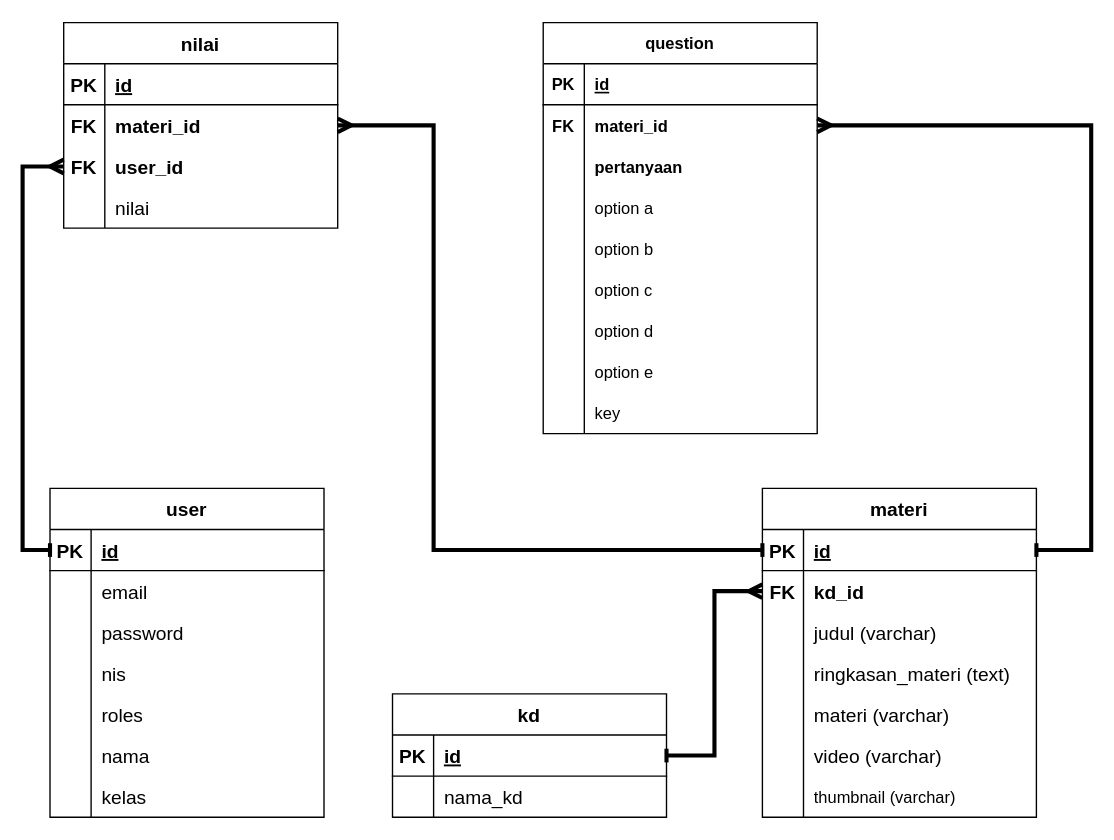
Above: Untitled Diagram.drawio in muhaziz28/Muhaziz28 (draw.io), before the change. Source tidied: cells renumbered, new cells numbered last; positions are measured from the earlier drawing's top-left corner, leaving out a move shared by most shapes. Both pictures are drawn from the tidied source at 137%, with x=0, y=0 at pixel (22, 22).
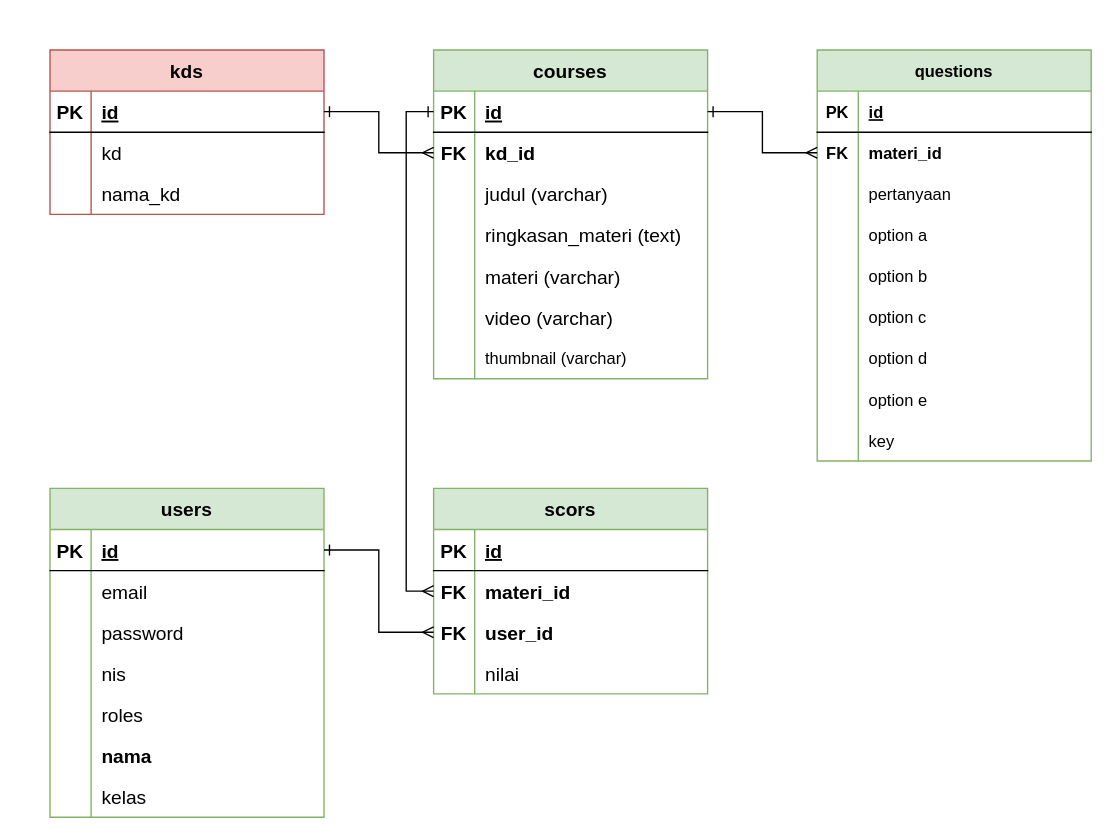
After the change.

The change refers to these unchanged cells:
```xml
<mxCell id="3" style="shape=partialRectangle;fillColor=none;top=0;left=0;bottom=1;right=0;points=[[0,0.5],[1,0.5]];portConstraint=eastwest;fontSize=14;" parent="2" vertex="1">
  <mxGeometry y="30" width="200" height="30" as="geometry" />
</mxCell>
<mxCell id="18" style="shape=partialRectangle;fillColor=none;top=0;left=0;bottom=0;right=0;fontSize=14;" parent="2" vertex="1">
  <mxGeometry y="180" width="200" height="30" as="geometry" />
</mxCell>
<mxCell id="25" style="shape=partialRectangle;fillColor=none;top=0;left=0;bottom=1;right=0;points=[[0,0.5],[1,0.5]];portConstraint=eastwest;fontSize=14;" parent="24" vertex="1">
  <mxGeometry y="30" width="200" height="30" as="geometry" />
</mxCell>
<mxCell id="28" style="shape=partialRectangle;fillColor=none;top=0;left=0;bottom=0;right=0;fontSize=14;" parent="24" vertex="1">
  <mxGeometry y="60" width="200" height="30" as="geometry" />
</mxCell>
<mxCell id="32" style="shape=partialRectangle;fillColor=none;top=0;left=0;bottom=1;right=0;points=[[0,0.5],[1,0.5]];portConstraint=eastwest;fontSize=14;" parent="31" vertex="1">
  <mxGeometry y="30" width="200" height="30" as="geometry" />
</mxCell>
<mxCell id="35" style="shape=partialRectangle;fillColor=none;top=0;left=0;bottom=0;right=0;points=[[0,0.5],[1,0.5]];portConstraint=eastwest;fontSize=14;" parent="31" vertex="1">
  <mxGeometry y="60" width="200" height="30" as="geometry" />
</mxCell>
<mxCell id="57" style="shape=partialRectangle;fillColor=none;top=0;left=0;bottom=0;right=0;points=[[0,0.5],[1,0.5]];portConstraint=eastwest;fontSize=14;" parent="53" vertex="1">
  <mxGeometry y="60" width="200" height="30" as="geometry" />
</mxCell>
<mxCell id="60" style="shape=partialRectangle;fillColor=none;top=0;left=0;bottom=0;right=0;points=[[0,0.5],[1,0.5]];portConstraint=eastwest;fontSize=14;" parent="53" vertex="1">
  <mxGeometry y="90" width="200" height="30" as="geometry" />
</mxCell>
<mxCell id="70" style="shape=tableRow;horizontal=0;startSize=0;swimlaneHead=0;swimlaneBody=0;fillColor=none;points=[[0,0.5],[1,0.5]];portConstraint=eastwest;top=0;left=0;right=0;bottom=0;" parent="66" vertex="1">
  <mxGeometry y="60" width="200" height="30" as="geometry" />
</mxCell>
<mxCell id="73" style="shape=tableRow;horizontal=0;startSize=0;swimlaneHead=0;swimlaneBody=0;fillColor=none;top=0;left=0;right=0;bottom=0;fontStyle=0;" parent="66" vertex="1">
  <mxGeometry y="90" width="200" height="30" as="geometry" />
</mxCell>
```

The edit, as a diff of the source:
```diff
@@
-    <mxCell id="2" value="user" style="shape=table;startSize=30;childLayout=tableLayout;rowLines=0;fontStyle=1;align=center;fontSize=14;" parent="1" vertex="1">
+    <mxCell id="2" value="users" style="shape=table;startSize=30;childLayout=tableLayout;rowLines=0;fontStyle=1;align=center;fontSize=14;fillColor=#d5e8d4;strokeColor=#82b366;" parent="1" vertex="1">
       <mxGeometry x="20" y="340" width="200" height="240" as="geometry" />
     </mxCell>
@@
-    <mxCell id="20" value="nama" style="shape=partialRectangle;fillColor=none;top=0;left=0;bottom=0;right=0;align=left;spacingLeft=6;overflow=hidden;fontSize=14;" parent="18" vertex="1">
+    <mxCell id="20" value="nama" style="shape=partialRectangle;fillColor=none;top=0;left=0;bottom=0;right=0;align=left;spacingLeft=6;overflow=hidden;fontSize=14;fontStyle=1;" parent="18" vertex="1">
       <mxGeometry x="30" width="170" height="30" as="geometry" />
     </mxCell>
@@
-    <mxCell id="24" value="kd" style="shape=table;startSize=30;childLayout=tableLayout;rowLines=0;fontStyle=1;align=center;fontSize=14;" parent="1" vertex="1">
-      <mxGeometry x="270" y="490" width="200" height="90" as="geometry" />
+    <mxCell id="24" value="kds" style="shape=table;startSize=30;childLayout=tableLayout;rowLines=0;fontStyle=1;align=center;fontSize=14;fillColor=#f8cecc;strokeColor=#b85450;" parent="1" vertex="1">
+      <mxGeometry x="20" y="20" width="200" height="120" as="geometry" />
     </mxCell>
@@
-    <mxCell id="30" value="nama_kd" style="shape=partialRectangle;fillColor=none;top=0;left=0;bottom=0;right=0;align=left;spacingLeft=6;overflow=hidden;fontSize=14;" parent="28" vertex="1">
+    <mxCell id="30" value="kd" style="shape=partialRectangle;fillColor=none;top=0;left=0;bottom=0;right=0;align=left;spacingLeft=6;overflow=hidden;fontSize=14;" parent="28" vertex="1">
       <mxGeometry x="30" width="170" height="30" as="geometry" />
     </mxCell>
+    <mxCell id="98" style="shape=partialRectangle;fillColor=none;top=0;left=0;bottom=0;right=0;fontSize=14;" parent="24" vertex="1">
+      <mxGeometry y="90" width="200" height="30" as="geometry" />
+    </mxCell>
+    <mxCell id="99" style="shape=partialRectangle;fillColor=none;top=0;left=0;bottom=0;right=0;overflow=hidden;fontSize=14;" parent="98" vertex="1">
+      <mxGeometry width="30" height="30" as="geometry" />
+    </mxCell>
+    <mxCell id="100" value="nama_kd" style="shape=partialRectangle;fillColor=none;top=0;left=0;bottom=0;right=0;align=left;spacingLeft=6;overflow=hidden;fontSize=14;" parent="98" vertex="1">
+      <mxGeometry x="30" width="170" height="30" as="geometry" />
+    </mxCell>
-    <mxCell id="31" value="materi" style="shape=table;startSize=30;childLayout=tableLayout;rowLines=0;fontStyle=1;align=center;fontSize=14;" parent="1" vertex="1">
-      <mxGeometry x="540" y="340" width="200" height="240" as="geometry" />
+    <mxCell id="31" value="courses" style="shape=table;startSize=30;childLayout=tableLayout;rowLines=0;fontStyle=1;align=center;fontSize=14;fillColor=#d5e8d4;strokeColor=#82b366;" parent="1" vertex="1">
+      <mxGeometry x="300" y="20" width="200" height="240" as="geometry" />
     </mxCell>
@@
-    <mxCell id="53" value="nilai" style="shape=table;startSize=30;childLayout=tableLayout;rowLines=0;fontStyle=1;align=center;fontSize=14;" parent="1" vertex="1">
-      <mxGeometry x="30" width="200" height="150" as="geometry" />
+    <mxCell id="53" value="scors" style="shape=table;startSize=30;childLayout=tableLayout;rowLines=0;fontStyle=1;align=center;fontSize=14;fillColor=#d5e8d4;strokeColor=#82b366;" parent="1" vertex="1">
+      <mxGeometry x="300" y="340" width="200" height="150" as="geometry" />
     </mxCell>
@@
-    <mxCell id="66" value="question" style="shape=table;startSize=30;childLayout=tableLayout;rowLines=0;fontStyle=1;align=center;" parent="1" vertex="1">
-      <mxGeometry x="380" width="200" height="300" as="geometry" />
+    <mxCell id="66" value="questions" style="shape=table;startSize=30;childLayout=tableLayout;rowLines=0;fontStyle=1;align=center;fillColor=#d5e8d4;strokeColor=#82b366;" parent="1" vertex="1">
+      <mxGeometry x="580" y="20" width="200" height="300" as="geometry" />
     </mxCell>
@@
-    <mxCell id="75" value="pertanyaan" style="shape=partialRectangle;fillColor=none;top=0;left=0;bottom=0;right=0;align=left;spacingLeft=6;fontStyle=1;overflow=hidden;" parent="73" vertex="1">
+    <mxCell id="75" value="pertanyaan" style="shape=partialRectangle;fillColor=none;top=0;left=0;bottom=0;right=0;align=left;spacingLeft=6;fontStyle=0;overflow=hidden;" parent="73" vertex="1">
       <mxGeometry x="30" width="170" height="30" as="geometry" />
     </mxCell>
@@
-    <mxCell id="94" style="edgeStyle=orthogonalEdgeStyle;fontSize=12;html=1;endArrow=ERmany;startArrow=baseDash;rounded=0;entryX=0;entryY=0.5;entryDx=0;entryDy=0;strokeWidth=3;endFill=0;startFill=0;exitX=1;exitY=0.5;exitDx=0;exitDy=0;" parent="1" edge="1" source="24" target="35">
-      <mxGeometry relative="1" as="geometry" />
-    </mxCell>
+    <mxCell id="101" style="edgeStyle=orthogonalEdgeStyle;rounded=0;jettySize=auto;html=1;exitX=1;exitY=0.5;exitDx=0;exitDy=0;entryX=0;entryY=0.5;entryDx=0;entryDy=0;endArrow=ERmany;endFill=0;startArrow=ERone;startFill=0;" parent="1" edge="1" source="25" target="35">
+      <mxGeometry relative="1" as="geometry" />
+    </mxCell>
-    <mxCell id="95" style="edgeStyle=orthogonalEdgeStyle;fontSize=12;html=1;endArrow=ERmany;startArrow=baseDash;rounded=0;strokeWidth=3;endFill=0;startFill=0;exitX=1;exitY=0.5;exitDx=0;exitDy=0;entryX=1;entryY=0.5;entryDx=0;entryDy=0;" parent="1" edge="1" source="32" target="70">
-      <mxGeometry relative="1" as="geometry">
-        <Array as="points">
-          <mxPoint x="780" y="385" />
-          <mxPoint x="780" y="75" />
-        </Array>
-      </mxGeometry>
+    <mxCell id="95" style="edgeStyle=orthogonalEdgeStyle;rounded=0;jettySize=auto;html=1;exitX=1;exitY=0.5;exitDx=0;exitDy=0;entryX=0;entryY=0.5;entryDx=0;entryDy=0;startArrow=ERone;startFill=0;endArrow=ERmany;endFill=0;" parent="1" edge="1" source="32" target="70">
+      <mxGeometry relative="1" as="geometry" />
     </mxCell>
-    <mxCell id="96" style="edgeStyle=orthogonalEdgeStyle;fontSize=12;html=1;endArrow=ERmany;startArrow=baseDash;rounded=0;strokeWidth=3;endFill=0;startFill=0;exitX=0;exitY=0.5;exitDx=0;exitDy=0;entryX=0;entryY=0.5;entryDx=0;entryDy=0;" parent="1" edge="1" source="3" target="60">
-      <mxGeometry relative="1" as="geometry">
-        <Array as="points">
-          <mxPoint y="385" />
-          <mxPoint y="105" />
-        </Array>
-      </mxGeometry>
+    <mxCell id="96" style="edgeStyle=orthogonalEdgeStyle;rounded=0;jettySize=auto;html=1;exitX=1;exitY=0.5;exitDx=0;exitDy=0;entryX=0;entryY=0.5;entryDx=0;entryDy=0;startArrow=ERone;startFill=0;endArrow=ERmany;endFill=0;" parent="1" edge="1" source="3" target="60">
+      <mxGeometry relative="1" as="geometry" />
     </mxCell>
-    <mxCell id="97" style="edgeStyle=orthogonalEdgeStyle;fontSize=12;html=1;endArrow=ERmany;startArrow=baseDash;rounded=0;strokeWidth=3;endFill=0;startFill=0;entryX=1;entryY=0.5;entryDx=0;entryDy=0;exitX=0;exitY=0.5;exitDx=0;exitDy=0;" parent="1" edge="1" source="32" target="57">
-      <mxGeometry relative="1" as="geometry">
-        <Array as="points">
-          <mxPoint x="300" y="385" />
-          <mxPoint x="300" y="75" />
-        </Array>
-      </mxGeometry>
+    <mxCell id="97" style="edgeStyle=orthogonalEdgeStyle;rounded=0;jettySize=auto;html=1;exitX=0;exitY=0.5;exitDx=0;exitDy=0;entryX=0;entryY=0.5;entryDx=0;entryDy=0;startArrow=ERone;startFill=0;endArrow=ERmany;endFill=0;" parent="1" edge="1" source="32" target="57">
+      <mxGeometry relative="1" as="geometry" />
     </mxCell>
```
